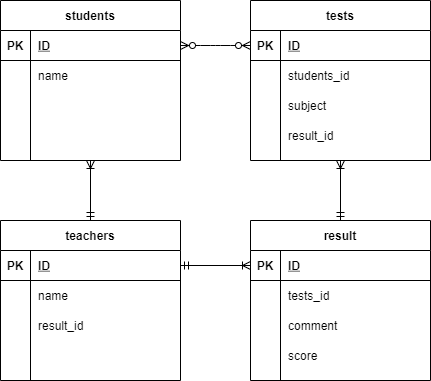
Before: index.drawio.png, a diagram exported from draw.io (hisad/coachtech_DB). Source tidied: cells renumbered, new cells last; positions are measured from the earlier drawing's top-left corner, leaving out a move shared by most shapes. Its diagram source:
```xml
<mxGraphModel>
  <root>
    <mxCell id="0" />
    <mxCell id="1" parent="0" />
    <mxCell id="2" value="students" style="shape=table;startSize=30;rowLines=0;fontStyle=1;align=center;" parent="1" vertex="1">
      <mxGeometry width="180" height="160" as="geometry" />
    </mxCell>
    <mxCell id="3" style="shape=partialRectangle;fillColor=none;top=0;left=0;bottom=1;right=0;points=[[0,0.5],[1,0.5]];portConstraint=eastwest;" parent="2" vertex="1">
      <mxGeometry y="30" width="180" height="30" as="geometry" />
    </mxCell>
    <mxCell id="4" value="PK" style="shape=partialRectangle;fillColor=none;top=0;left=0;bottom=0;right=0;fontStyle=1;overflow=hidden;" parent="3" vertex="1">
      <mxGeometry width="30" height="30" as="geometry" />
    </mxCell>
    <mxCell id="5" value="ID" style="shape=partialRectangle;fillColor=none;top=0;left=0;bottom=0;right=0;align=left;spacingLeft=6;fontStyle=5;overflow=hidden;" parent="3" vertex="1">
      <mxGeometry x="30" width="150" height="30" as="geometry" />
    </mxCell>
    <mxCell id="6" style="shape=partialRectangle;fillColor=none;top=0;left=0;bottom=0;right=0;" parent="2" vertex="1">
      <mxGeometry y="60" width="180" height="30" as="geometry" />
    </mxCell>
    <mxCell id="7" style="shape=partialRectangle;fillColor=none;top=0;left=0;bottom=0;right=0;overflow=hidden;" parent="6" vertex="1">
      <mxGeometry width="30" height="30" as="geometry" />
    </mxCell>
    <mxCell id="8" value="name" style="shape=partialRectangle;fillColor=none;top=0;left=0;bottom=0;right=0;align=left;spacingLeft=6;overflow=hidden;" parent="6" vertex="1">
      <mxGeometry x="30" width="150" height="30" as="geometry" />
    </mxCell>
    <mxCell id="9" style="shape=partialRectangle;fillColor=none;top=0;left=0;bottom=0;right=0;" parent="2" vertex="1">
      <mxGeometry y="90" width="180" height="30" as="geometry" />
    </mxCell>
    <mxCell id="10" style="shape=partialRectangle;fillColor=none;top=0;left=0;bottom=0;right=0;overflow=hidden;" parent="9" vertex="1">
      <mxGeometry width="30" height="30" as="geometry" />
    </mxCell>
    <mxCell id="11" style="shape=partialRectangle;fillColor=none;top=0;left=0;bottom=0;right=0;align=left;spacingLeft=6;overflow=hidden;" parent="9" vertex="1">
      <mxGeometry x="30" width="150" height="30" as="geometry" />
    </mxCell>
    <mxCell id="12" style="shape=partialRectangle;fillColor=none;top=0;left=0;bottom=0;right=0;" parent="2" vertex="1">
      <mxGeometry y="120" width="180" height="30" as="geometry" />
    </mxCell>
    <mxCell id="13" style="shape=partialRectangle;fillColor=none;top=0;left=0;bottom=0;right=0;overflow=hidden;" parent="12" vertex="1">
      <mxGeometry width="30" height="30" as="geometry" />
    </mxCell>
    <mxCell id="14" style="shape=partialRectangle;fillColor=none;top=0;left=0;bottom=0;right=0;align=left;spacingLeft=6;overflow=hidden;" parent="12" vertex="1">
      <mxGeometry x="30" width="150" height="30" as="geometry" />
    </mxCell>
    <mxCell id="15" value="teachers" style="shape=table;startSize=30;rowLines=0;fontStyle=1;align=center;" parent="1" vertex="1">
      <mxGeometry y="220" width="180" height="160" as="geometry" />
    </mxCell>
    <mxCell id="16" style="shape=partialRectangle;fillColor=none;top=0;left=0;bottom=1;right=0;points=[[0,0.5],[1,0.5]];portConstraint=eastwest;" parent="15" vertex="1">
      <mxGeometry y="30" width="180" height="30" as="geometry" />
    </mxCell>
    <mxCell id="17" value="PK" style="shape=partialRectangle;fillColor=none;top=0;left=0;bottom=0;right=0;fontStyle=1;overflow=hidden;" parent="16" vertex="1">
      <mxGeometry width="30" height="30" as="geometry" />
    </mxCell>
    <mxCell id="18" value="ID" style="shape=partialRectangle;fillColor=none;top=0;left=0;bottom=0;right=0;align=left;spacingLeft=6;fontStyle=5;overflow=hidden;" parent="16" vertex="1">
      <mxGeometry x="30" width="150" height="30" as="geometry" />
    </mxCell>
    <mxCell id="19" style="shape=partialRectangle;fillColor=none;top=0;left=0;bottom=0;right=0;" parent="15" vertex="1">
      <mxGeometry y="60" width="180" height="30" as="geometry" />
    </mxCell>
    <mxCell id="20" style="shape=partialRectangle;fillColor=none;top=0;left=0;bottom=0;right=0;overflow=hidden;" parent="19" vertex="1">
      <mxGeometry width="30" height="30" as="geometry" />
    </mxCell>
    <mxCell id="21" value="name" style="shape=partialRectangle;fillColor=none;top=0;left=0;bottom=0;right=0;align=left;spacingLeft=6;overflow=hidden;" parent="19" vertex="1">
      <mxGeometry x="30" width="150" height="30" as="geometry" />
    </mxCell>
    <mxCell id="22" style="shape=partialRectangle;fillColor=none;top=0;left=0;bottom=0;right=0;" parent="15" vertex="1">
      <mxGeometry y="90" width="180" height="30" as="geometry" />
    </mxCell>
    <mxCell id="23" style="shape=partialRectangle;fillColor=none;top=0;left=0;bottom=0;right=0;overflow=hidden;" parent="22" vertex="1">
      <mxGeometry width="30" height="30" as="geometry" />
    </mxCell>
    <mxCell id="24" value="result_id" style="shape=partialRectangle;fillColor=none;top=0;left=0;bottom=0;right=0;align=left;spacingLeft=6;overflow=hidden;" parent="22" vertex="1">
      <mxGeometry x="30" width="150" height="30" as="geometry" />
    </mxCell>
    <mxCell id="25" style="shape=partialRectangle;fillColor=none;top=0;left=0;bottom=0;right=0;" parent="15" vertex="1">
      <mxGeometry y="120" width="180" height="30" as="geometry" />
    </mxCell>
    <mxCell id="26" style="shape=partialRectangle;fillColor=none;top=0;left=0;bottom=0;right=0;overflow=hidden;" parent="25" vertex="1">
      <mxGeometry width="30" height="30" as="geometry" />
    </mxCell>
    <mxCell id="27" style="shape=partialRectangle;fillColor=none;top=0;left=0;bottom=0;right=0;align=left;spacingLeft=6;overflow=hidden;" parent="25" vertex="1">
      <mxGeometry x="30" width="150" height="30" as="geometry" />
    </mxCell>
    <mxCell id="28" value="tests" style="shape=table;startSize=30;rowLines=0;fontStyle=1;align=center;" parent="1" vertex="1">
      <mxGeometry x="250" width="180" height="160" as="geometry" />
    </mxCell>
    <mxCell id="29" style="shape=partialRectangle;fillColor=none;top=0;left=0;bottom=1;right=0;points=[[0,0.5],[1,0.5]];portConstraint=eastwest;" parent="28" vertex="1">
      <mxGeometry y="30" width="180" height="30" as="geometry" />
    </mxCell>
    <mxCell id="30" value="PK" style="shape=partialRectangle;fillColor=none;top=0;left=0;bottom=0;right=0;fontStyle=1;overflow=hidden;" parent="29" vertex="1">
      <mxGeometry width="30" height="30" as="geometry" />
    </mxCell>
    <mxCell id="31" value="ID" style="shape=partialRectangle;fillColor=none;top=0;left=0;bottom=0;right=0;align=left;spacingLeft=6;fontStyle=5;overflow=hidden;" parent="29" vertex="1">
      <mxGeometry x="30" width="150" height="30" as="geometry" />
    </mxCell>
    <mxCell id="32" style="shape=partialRectangle;fillColor=none;top=0;left=0;bottom=0;right=0;" parent="28" vertex="1">
      <mxGeometry y="60" width="180" height="30" as="geometry" />
    </mxCell>
    <mxCell id="33" style="shape=partialRectangle;fillColor=none;top=0;left=0;bottom=0;right=0;overflow=hidden;" parent="32" vertex="1">
      <mxGeometry width="30" height="30" as="geometry" />
    </mxCell>
    <mxCell id="34" value="students_id" style="shape=partialRectangle;fillColor=none;top=0;left=0;bottom=0;right=0;align=left;spacingLeft=6;overflow=hidden;" parent="32" vertex="1">
      <mxGeometry x="30" width="150" height="30" as="geometry" />
    </mxCell>
    <mxCell id="35" style="shape=partialRectangle;fillColor=none;top=0;left=0;bottom=0;right=0;" parent="28" vertex="1">
      <mxGeometry y="90" width="180" height="30" as="geometry" />
    </mxCell>
    <mxCell id="36" style="shape=partialRectangle;fillColor=none;top=0;left=0;bottom=0;right=0;overflow=hidden;" parent="35" vertex="1">
      <mxGeometry width="30" height="30" as="geometry" />
    </mxCell>
    <mxCell id="37" value="subject" style="shape=partialRectangle;fillColor=none;top=0;left=0;bottom=0;right=0;align=left;spacingLeft=6;overflow=hidden;" parent="35" vertex="1">
      <mxGeometry x="30" width="150" height="30" as="geometry" />
    </mxCell>
    <mxCell id="38" style="shape=partialRectangle;fillColor=none;top=0;left=0;bottom=0;right=0;" parent="28" vertex="1">
      <mxGeometry y="120" width="180" height="30" as="geometry" />
    </mxCell>
    <mxCell id="39" style="shape=partialRectangle;fillColor=none;top=0;left=0;bottom=0;right=0;overflow=hidden;" parent="38" vertex="1">
      <mxGeometry width="30" height="30" as="geometry" />
    </mxCell>
    <mxCell id="40" value="result_id" style="shape=partialRectangle;fillColor=none;top=0;left=0;bottom=0;right=0;align=left;spacingLeft=6;overflow=hidden;" parent="38" vertex="1">
      <mxGeometry x="30" width="150" height="30" as="geometry" />
    </mxCell>
    <mxCell id="41" style="edgeStyle=entityRelationEdgeStyle;fontSize=12;html=1;endArrow=ERzeroToMany;exitX=1;exitY=0.5;exitDx=0;exitDy=0;entryX=0;entryY=0.5;entryDx=0;entryDy=0;endFill=1;startArrow=ERzeroToMany;startFill=1;" parent="1" edge="1" source="3" target="29">
      <mxGeometry relative="1" as="geometry" />
    </mxCell>
    <mxCell id="42" style="fontSize=12;html=1;endArrow=ERoneToMany;endFill=0;exitX=0.5;exitY=0;exitDx=0;exitDy=0;entryX=0.5;entryY=1;entryDx=0;entryDy=0;startArrow=ERmandOne;startFill=0;" parent="1" edge="1" source="15" target="2">
      <mxGeometry relative="1" as="geometry" />
    </mxCell>
    <mxCell id="43" style="edgeStyle=none;rounded=0;jettySize=auto;html=1;startArrow=ERmandOne;startFill=0;endArrow=ERoneToMany;endFill=0;" parent="1" edge="1" source="44">
      <mxGeometry relative="1" as="geometry">
        <mxPoint x="340" y="160" as="targetPoint" />
      </mxGeometry>
    </mxCell>
    <mxCell id="44" value="result" style="shape=table;startSize=30;rowLines=0;fontStyle=1;align=center;" parent="1" vertex="1">
      <mxGeometry x="250" y="220" width="180" height="160" as="geometry" />
    </mxCell>
    <mxCell id="45" style="shape=partialRectangle;fillColor=none;top=0;left=0;bottom=1;right=0;points=[[0,0.5],[1,0.5]];portConstraint=eastwest;" parent="44" vertex="1">
      <mxGeometry y="30" width="180" height="30" as="geometry" />
    </mxCell>
    <mxCell id="46" value="PK" style="shape=partialRectangle;fillColor=none;top=0;left=0;bottom=0;right=0;fontStyle=1;overflow=hidden;" parent="45" vertex="1">
      <mxGeometry width="30" height="30" as="geometry" />
    </mxCell>
    <mxCell id="47" value="ID" style="shape=partialRectangle;fillColor=none;top=0;left=0;bottom=0;right=0;align=left;spacingLeft=6;fontStyle=5;overflow=hidden;" parent="45" vertex="1">
      <mxGeometry x="30" width="150" height="30" as="geometry" />
    </mxCell>
    <mxCell id="48" style="shape=partialRectangle;fillColor=none;top=0;left=0;bottom=0;right=0;" parent="44" vertex="1">
      <mxGeometry y="60" width="180" height="30" as="geometry" />
    </mxCell>
    <mxCell id="49" style="shape=partialRectangle;fillColor=none;top=0;left=0;bottom=0;right=0;overflow=hidden;" parent="48" vertex="1">
      <mxGeometry width="30" height="30" as="geometry" />
    </mxCell>
    <mxCell id="50" value="tests_id" style="shape=partialRectangle;fillColor=none;top=0;left=0;bottom=0;right=0;align=left;spacingLeft=6;overflow=hidden;" parent="48" vertex="1">
      <mxGeometry x="30" width="150" height="30" as="geometry" />
    </mxCell>
    <mxCell id="51" style="shape=partialRectangle;fillColor=none;top=0;left=0;bottom=0;right=0;" parent="44" vertex="1">
      <mxGeometry y="90" width="180" height="30" as="geometry" />
    </mxCell>
    <mxCell id="52" style="shape=partialRectangle;fillColor=none;top=0;left=0;bottom=0;right=0;overflow=hidden;" parent="51" vertex="1">
      <mxGeometry width="30" height="30" as="geometry" />
    </mxCell>
    <mxCell id="53" value="comment" style="shape=partialRectangle;fillColor=none;top=0;left=0;bottom=0;right=0;align=left;spacingLeft=6;overflow=hidden;" parent="51" vertex="1">
      <mxGeometry x="30" width="150" height="30" as="geometry" />
    </mxCell>
    <mxCell id="54" style="shape=partialRectangle;fillColor=none;top=0;left=0;bottom=0;right=0;" parent="44" vertex="1">
      <mxGeometry y="120" width="180" height="30" as="geometry" />
    </mxCell>
    <mxCell id="55" style="shape=partialRectangle;fillColor=none;top=0;left=0;bottom=0;right=0;overflow=hidden;" parent="54" vertex="1">
      <mxGeometry width="30" height="30" as="geometry" />
    </mxCell>
    <mxCell id="56" value="score" style="shape=partialRectangle;fillColor=none;top=0;left=0;bottom=0;right=0;align=left;spacingLeft=6;overflow=hidden;" parent="54" vertex="1">
      <mxGeometry x="30" width="150" height="30" as="geometry" />
    </mxCell>
    <mxCell id="57" style="fontSize=12;html=1;endArrow=ERoneToMany;exitX=1;exitY=0.5;exitDx=0;exitDy=0;entryX=0;entryY=0.5;entryDx=0;entryDy=0;endFill=0;startArrow=ERmandOne;startFill=0;" parent="1" edge="1" source="16" target="45">
      <mxGeometry relative="1" as="geometry" />
    </mxCell>
  </root>
</mxGraphModel>
```
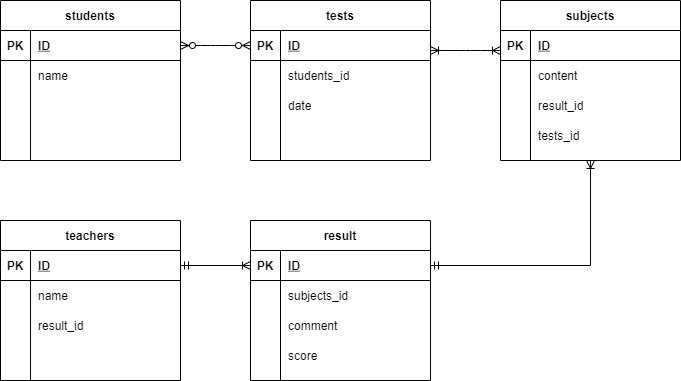
The same file after the commit.

Commit message:
subjectsテーブル追加

Diff of the diagram source:
```diff
@@ -107,7 +107,7 @@
     <mxCell id="36" style="shape=partialRectangle;fillColor=none;top=0;left=0;bottom=0;right=0;overflow=hidden;" parent="35" vertex="1">
       <mxGeometry width="30" height="30" as="geometry" />
     </mxCell>
-    <mxCell id="37" value="subject" style="shape=partialRectangle;fillColor=none;top=0;left=0;bottom=0;right=0;align=left;spacingLeft=6;overflow=hidden;" parent="35" vertex="1">
+    <mxCell id="37" value="date" style="shape=partialRectangle;fillColor=none;top=0;left=0;bottom=0;right=0;align=left;spacingLeft=6;overflow=hidden;" parent="35" vertex="1">
       <mxGeometry x="30" width="150" height="30" as="geometry" />
     </mxCell>
     <mxCell id="38" style="shape=partialRectangle;fillColor=none;top=0;left=0;bottom=0;right=0;" parent="28" vertex="1">
@@ -116,19 +116,14 @@
     <mxCell id="39" style="shape=partialRectangle;fillColor=none;top=0;left=0;bottom=0;right=0;overflow=hidden;" parent="38" vertex="1">
       <mxGeometry width="30" height="30" as="geometry" />
     </mxCell>
-    <mxCell id="40" value="result_id" style="shape=partialRectangle;fillColor=none;top=0;left=0;bottom=0;right=0;align=left;spacingLeft=6;overflow=hidden;" parent="38" vertex="1">
+    <mxCell id="40" style="shape=partialRectangle;fillColor=none;top=0;left=0;bottom=0;right=0;align=left;spacingLeft=6;overflow=hidden;" parent="38" vertex="1">
       <mxGeometry x="30" width="150" height="30" as="geometry" />
     </mxCell>
     <mxCell id="41" style="edgeStyle=entityRelationEdgeStyle;fontSize=12;html=1;endArrow=ERzeroToMany;exitX=1;exitY=0.5;exitDx=0;exitDy=0;entryX=0;entryY=0.5;entryDx=0;entryDy=0;endFill=1;startArrow=ERzeroToMany;startFill=1;" parent="1" edge="1" source="3" target="29">
       <mxGeometry relative="1" as="geometry" />
     </mxCell>
-    <mxCell id="42" style="fontSize=12;html=1;endArrow=ERoneToMany;endFill=0;exitX=0.5;exitY=0;exitDx=0;exitDy=0;entryX=0.5;entryY=1;entryDx=0;entryDy=0;startArrow=ERmandOne;startFill=0;" parent="1" edge="1" source="15" target="2">
-      <mxGeometry relative="1" as="geometry" />
-    </mxCell>
-    <mxCell id="43" style="edgeStyle=none;rounded=0;jettySize=auto;html=1;startArrow=ERmandOne;startFill=0;endArrow=ERoneToMany;endFill=0;" parent="1" edge="1" source="44">
-      <mxGeometry relative="1" as="geometry">
-        <mxPoint x="340" y="160" as="targetPoint" />
-      </mxGeometry>
+    <mxCell id="43" style="edgeStyle=orthogonalEdgeStyle;rounded=0;jettySize=auto;html=1;startArrow=ERmandOne;startFill=0;endArrow=ERoneToMany;endFill=0;entryX=0.5;entryY=1;entryDx=0;entryDy=0;exitX=1;exitY=0.5;exitDx=0;exitDy=0;" parent="1" edge="1" source="45" target="58">
+      <mxGeometry relative="1" as="geometry" />
     </mxCell>
     <mxCell id="44" value="result" style="shape=table;startSize=30;rowLines=0;fontStyle=1;align=center;" parent="1" vertex="1">
       <mxGeometry x="250" y="220" width="180" height="160" as="geometry" />
@@ -148,7 +143,7 @@
     <mxCell id="49" style="shape=partialRectangle;fillColor=none;top=0;left=0;bottom=0;right=0;overflow=hidden;" parent="48" vertex="1">
       <mxGeometry width="30" height="30" as="geometry" />
     </mxCell>
-    <mxCell id="50" value="tests_id" style="shape=partialRectangle;fillColor=none;top=0;left=0;bottom=0;right=0;align=left;spacingLeft=6;overflow=hidden;" parent="48" vertex="1">
+    <mxCell id="50" value="subjects_id" style="shape=partialRectangle;fillColor=none;top=0;left=0;bottom=0;right=0;align=left;spacingLeft=6;overflow=hidden;" parent="48" vertex="1">
       <mxGeometry x="30" width="150" height="30" as="geometry" />
     </mxCell>
     <mxCell id="51" style="shape=partialRectangle;fillColor=none;top=0;left=0;bottom=0;right=0;" parent="44" vertex="1">
@@ -172,5 +167,50 @@
     <mxCell id="57" style="fontSize=12;html=1;endArrow=ERoneToMany;exitX=1;exitY=0.5;exitDx=0;exitDy=0;entryX=0;entryY=0.5;entryDx=0;entryDy=0;endFill=0;startArrow=ERmandOne;startFill=0;" parent="1" edge="1" source="16" target="45">
       <mxGeometry relative="1" as="geometry" />
     </mxCell>
+    <mxCell id="58" value="subjects" style="shape=table;startSize=30;rowLines=0;fontStyle=1;align=center;" parent="1" vertex="1">
+      <mxGeometry x="500" width="180" height="160" as="geometry" />
+    </mxCell>
+    <mxCell id="59" style="shape=partialRectangle;fillColor=none;top=0;left=0;bottom=1;right=0;" parent="58" vertex="1">
+      <mxGeometry y="30" width="180" height="30" as="geometry" />
+    </mxCell>
+    <mxCell id="60" value="PK" style="shape=partialRectangle;fillColor=none;top=0;left=0;bottom=0;right=0;fontStyle=1;overflow=hidden;" parent="59" vertex="1">
+      <mxGeometry width="30" height="30" as="geometry" />
+    </mxCell>
+    <mxCell id="61" value="ID" style="shape=partialRectangle;fillColor=none;top=0;left=0;bottom=0;right=0;align=left;spacingLeft=6;fontStyle=5;overflow=hidden;" parent="59" vertex="1">
+      <mxGeometry x="30" width="150" height="30" as="geometry" />
+    </mxCell>
+    <mxCell id="62" style="shape=partialRectangle;fillColor=none;top=0;left=0;bottom=0;right=0;" parent="58" vertex="1">
+      <mxGeometry y="60" width="180" height="30" as="geometry" />
+    </mxCell>
+    <mxCell id="63" style="shape=partialRectangle;fillColor=none;top=0;left=0;bottom=0;right=0;overflow=hidden;" parent="62" vertex="1">
+      <mxGeometry width="30" height="30" as="geometry" />
+    </mxCell>
+    <mxCell id="64" value="content" style="shape=partialRectangle;fillColor=none;top=0;left=0;bottom=0;right=0;align=left;spacingLeft=6;overflow=hidden;" parent="62" vertex="1">
+      <mxGeometry x="30" width="150" height="30" as="geometry" />
+    </mxCell>
+    <mxCell id="65" style="shape=partialRectangle;fillColor=none;top=0;left=0;bottom=0;right=0;" parent="58" vertex="1">
+      <mxGeometry y="90" width="180" height="30" as="geometry" />
+    </mxCell>
+    <mxCell id="66" style="shape=partialRectangle;fillColor=none;top=0;left=0;bottom=0;right=0;overflow=hidden;" parent="65" vertex="1">
+      <mxGeometry width="30" height="30" as="geometry" />
+    </mxCell>
+    <mxCell id="67" value="result_id" style="shape=partialRectangle;fillColor=none;top=0;left=0;bottom=0;right=0;align=left;spacingLeft=6;overflow=hidden;" parent="65" vertex="1">
+      <mxGeometry x="30" width="150" height="30" as="geometry" />
+    </mxCell>
+    <mxCell id="68" style="shape=partialRectangle;fillColor=none;top=0;left=0;bottom=0;right=0;" parent="58" vertex="1">
+      <mxGeometry y="120" width="180" height="30" as="geometry" />
+    </mxCell>
+    <mxCell id="69" style="shape=partialRectangle;fillColor=none;top=0;left=0;bottom=0;right=0;overflow=hidden;" parent="68" vertex="1">
+      <mxGeometry width="30" height="30" as="geometry" />
+    </mxCell>
+    <mxCell id="70" value="tests_id" style="shape=partialRectangle;fillColor=none;top=0;left=0;bottom=0;right=0;align=left;spacingLeft=6;overflow=hidden;" parent="68" vertex="1">
+      <mxGeometry x="30" width="150" height="30" as="geometry" />
+    </mxCell>
+    <mxCell id="71" style="edgeStyle=entityRelationEdgeStyle;fontSize=12;html=1;endArrow=ERoneToMany;exitX=1;exitY=0.5;exitDx=0;exitDy=0;entryX=0;entryY=0.5;entryDx=0;entryDy=0;endFill=0;startArrow=ERoneToMany;startFill=0;" parent="1" edge="1">
+      <mxGeometry relative="1" as="geometry">
+        <mxPoint x="430" y="50" as="sourcePoint" />
+        <mxPoint x="500" y="50" as="targetPoint" />
+      </mxGeometry>
+    </mxCell>
   </root>
 </mxGraphModel>
```
